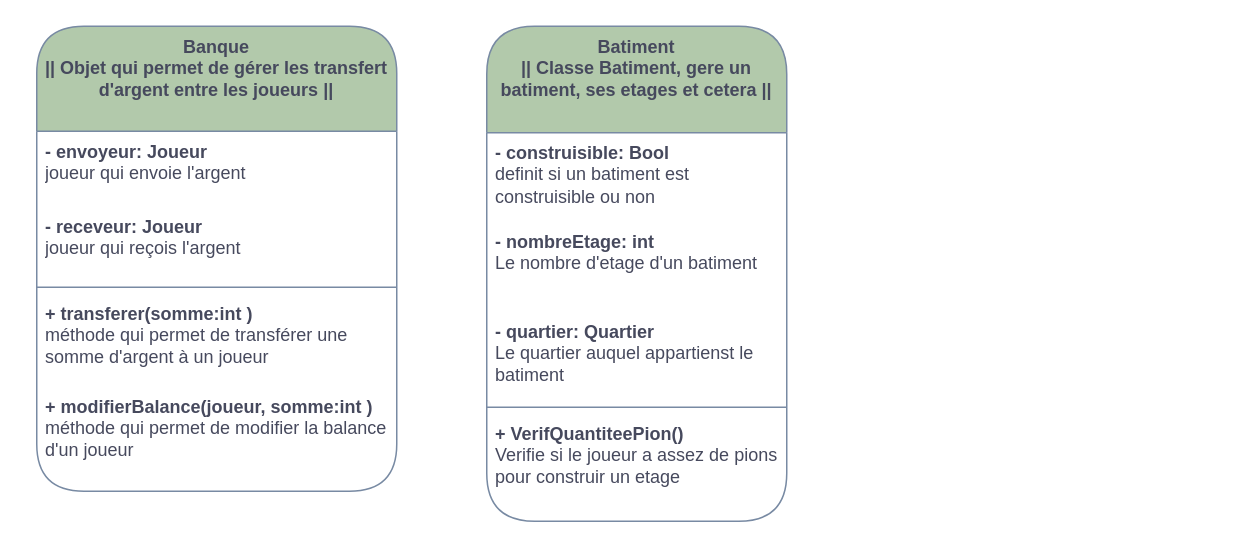
Earlier version of the draw.io diagram page "Classes suposée finie" (4 of 4) of B__Analyse/DiagrameDesClasses.drawio (gazhonsepaskwa/builder). Source tidied: cells renumbered, new cells numbered last; positions are measured from the earlier drawing's top-left corner, leaving out a move shared by most shapes. Both pictures are drawn from the tidied source at 150%, with x=0, y=0 at pixel (36, 26).
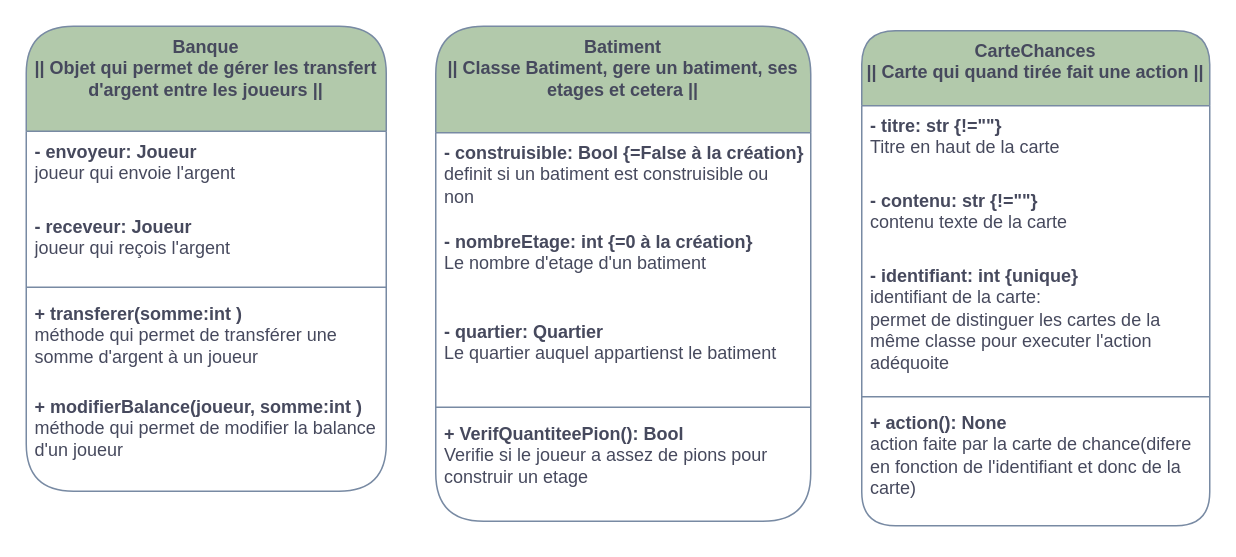
After the change.

Commit message (it also covers changes not shown here):
drawio - carte Chance complété

Diff of the diagram source:
```diff
@@
 <mxGraphModel>
   <root>
     <mxCell id="0" />
     <mxCell id="1" parent="0" />
     <mxCell id="2" value="Banque&lt;br&gt;&lt;div&gt;|| Objet qui permet de gérer les transfert d'argent entre les joueurs ||&lt;/div&gt;&lt;div&gt;&lt;br&gt;&lt;/div&gt;" style="swimlane;fontStyle=1;align=center;verticalAlign=top;horizontal=1;startSize=70;whiteSpace=wrap;html=1;labelBackgroundColor=none;fillColor=#B2C9AB;strokeColor=#788AA3;fontColor=#46495D;rounded=1;" parent="1" vertex="1">
-      <mxGeometry width="240" height="310" as="geometry" />
+      <mxGeometry x="-7" width="240" height="310" as="geometry" />
     </mxCell>
     <mxCell id="3" value="&lt;b&gt;- envoyeur: Joueur&lt;/b&gt;&lt;br&gt;joueur qui envoie l'argent" style="text;strokeColor=none;fillColor=none;align=left;verticalAlign=top;spacingLeft=4;spacingRight=4;overflow=hidden;whiteSpace=wrap;html=1;labelBackgroundColor=none;fontColor=#46495D;rounded=1;" parent="2" vertex="1">
       <mxGeometry y="70" width="240" height="50" as="geometry" />
     </mxCell>
     <mxCell id="4" value="&lt;b&gt;- receveur: Joueur&lt;/b&gt;&lt;br&gt;joueur qui reçois l'argent&amp;nbsp;" style="text;strokeColor=none;fillColor=none;align=left;verticalAlign=top;spacingLeft=4;spacingRight=4;overflow=hidden;whiteSpace=wrap;html=1;labelBackgroundColor=none;fontColor=#46495D;rounded=1;" parent="2" vertex="1">
       <mxGeometry y="120" width="240" height="50" as="geometry" />
     </mxCell>
     <mxCell id="5" style="line;strokeWidth=1;fillColor=none;align=left;verticalAlign=middle;spacingTop=-1;spacingLeft=3;spacingRight=3;labelPosition=right;strokeColor=#788AA3;labelBackgroundColor=none;fontColor=#46495D;rounded=1;" parent="2" vertex="1">
       <mxGeometry y="170" width="240" height="8" as="geometry" />
     </mxCell>
     <mxCell id="6" value="&lt;b&gt;+ transferer(somme:int )&lt;/b&gt;&lt;br&gt;méthode qui permet de transférer une somme d'argent à un joueur" style="text;strokeColor=none;fillColor=none;align=left;verticalAlign=top;spacingLeft=4;spacingRight=4;overflow=hidden;whiteSpace=wrap;html=1;labelBackgroundColor=none;fontColor=#46495D;rounded=1;" parent="2" vertex="1">
       <mxGeometry y="178" width="240" height="62" as="geometry" />
     </mxCell>
     <mxCell id="7" value="&lt;b&gt;+ modifierBalance(joueur, somme:int )&lt;/b&gt;&lt;br&gt;méthode qui permet de modifier la balance d'un joueur" style="text;strokeColor=none;fillColor=none;align=left;verticalAlign=top;spacingLeft=4;spacingRight=4;overflow=hidden;whiteSpace=wrap;html=1;labelBackgroundColor=none;fontColor=#46495D;rounded=1;" parent="2" vertex="1">
       <mxGeometry y="240" width="240" height="70" as="geometry" />
     </mxCell>
     <mxCell id="8" value="Batiment&lt;br&gt;|| Classe Batiment, gere un batiment, ses etages et cetera ||" style="swimlane;fontStyle=1;align=center;verticalAlign=top;horizontal=1;startSize=71;whiteSpace=wrap;html=1;labelBackgroundColor=none;fillColor=#B2C9AB;strokeColor=#788AA3;fontColor=#46495D;rounded=1;" parent="1" vertex="1">
-      <mxGeometry x="300" width="200" height="330" as="geometry" />
+      <mxGeometry x="266" width="250" height="330" as="geometry" />
     </mxCell>
-    <mxCell id="9" value="&lt;b&gt;- construisible: Bool&lt;/b&gt;&lt;br&gt;definit si un batiment est construisible ou non&amp;nbsp;" style="text;strokeColor=none;fillColor=none;align=left;verticalAlign=top;spacingLeft=4;spacingRight=4;overflow=hidden;whiteSpace=wrap;html=1;labelBackgroundColor=none;fontColor=#46495D;rounded=1;" parent="8" vertex="1">
-      <mxGeometry y="71" width="200" height="59" as="geometry" />
+    <mxCell id="9" value="&lt;b&gt;- construisible: Bool {=False à la création}&lt;/b&gt;&lt;br&gt;definit si un batiment est construisible ou non&amp;nbsp;" style="text;strokeColor=none;fillColor=none;align=left;verticalAlign=top;spacingLeft=4;spacingRight=4;overflow=hidden;whiteSpace=wrap;html=1;labelBackgroundColor=none;fontColor=#46495D;rounded=1;" parent="8" vertex="1">
+      <mxGeometry y="71" width="250" height="59" as="geometry" />
     </mxCell>
-    <mxCell id="10" value="&lt;b&gt;- nombreEtage: int&lt;/b&gt;&lt;br&gt;Le nombre d'etage d'un batiment" style="text;strokeColor=none;fillColor=none;align=left;verticalAlign=top;spacingLeft=4;spacingRight=4;overflow=hidden;whiteSpace=wrap;html=1;labelBackgroundColor=none;fontColor=#46495D;rounded=1;" parent="8" vertex="1">
-      <mxGeometry y="130" width="200" height="60" as="geometry" />
+    <mxCell id="10" value="&lt;b&gt;- nombreEtage: int {=0 à la création}&lt;/b&gt;&lt;br&gt;Le nombre d'etage d'un batiment" style="text;strokeColor=none;fillColor=none;align=left;verticalAlign=top;spacingLeft=4;spacingRight=4;overflow=hidden;whiteSpace=wrap;html=1;labelBackgroundColor=none;fontColor=#46495D;rounded=1;" parent="8" vertex="1">
+      <mxGeometry y="130" width="250" height="60" as="geometry" />
     </mxCell>
     <mxCell id="11" value="&lt;b&gt;- quartier: Quartier&lt;/b&gt;&lt;br&gt;Le quartier auquel appartienst le batiment&amp;nbsp;" style="text;strokeColor=none;fillColor=none;align=left;verticalAlign=top;spacingLeft=4;spacingRight=4;overflow=hidden;whiteSpace=wrap;html=1;labelBackgroundColor=none;fontColor=#46495D;rounded=1;" parent="8" vertex="1">
-      <mxGeometry y="190" width="200" height="60" as="geometry" />
+      <mxGeometry y="190" width="250" height="60" as="geometry" />
     </mxCell>
     <mxCell id="12" style="line;strokeWidth=1;fillColor=none;align=left;verticalAlign=middle;spacingTop=-1;spacingLeft=3;spacingRight=3;labelPosition=right;strokeColor=#788AA3;labelBackgroundColor=none;fontColor=#46495D;rounded=1;" parent="8" vertex="1">
-      <mxGeometry y="250" width="200" height="8" as="geometry" />
+      <mxGeometry y="250" width="250" height="8" as="geometry" />
     </mxCell>
-    <mxCell id="13" value="&lt;b&gt;+&amp;nbsp;VerifQuantiteePion()&lt;br&gt;&lt;/b&gt;Verifie si le joueur a assez de pions pour construir un etage" style="text;strokeColor=none;fillColor=none;align=left;verticalAlign=top;spacingLeft=4;spacingRight=4;overflow=hidden;whiteSpace=wrap;html=1;labelBackgroundColor=none;fontColor=#46495D;rounded=1;" parent="8" vertex="1">
-      <mxGeometry y="258" width="200" height="72" as="geometry" />
+    <mxCell id="13" value="&lt;b&gt;+&amp;nbsp;VerifQuantiteePion(): Bool&lt;br&gt;&lt;/b&gt;Verifie si le joueur a assez de pions pour construir un etage" style="text;strokeColor=none;fillColor=none;align=left;verticalAlign=top;spacingLeft=4;spacingRight=4;overflow=hidden;whiteSpace=wrap;html=1;labelBackgroundColor=none;fontColor=#46495D;rounded=1;" parent="8" vertex="1">
+      <mxGeometry y="258" width="250" height="72" as="geometry" />
     </mxCell>
+    <mxCell id="14" value="CarteChances&lt;br&gt;|| Carte qui quand tirée fait une action ||" style="swimlane;fontStyle=1;align=center;verticalAlign=top;horizontal=1;startSize=50;whiteSpace=wrap;html=1;labelBackgroundColor=none;fillColor=#B2C9AB;strokeColor=#788AA3;fontColor=#46495D;rounded=1;" parent="1" vertex="1">
+      <mxGeometry x="550" y="3" width="232" height="330" as="geometry" />
+    </mxCell>
+    <mxCell id="15" value="&lt;b&gt;- titre: str {!=&quot;&quot;}&lt;/b&gt;&lt;br&gt;Titre en haut de la carte" style="text;strokeColor=none;fillColor=none;align=left;verticalAlign=top;spacingLeft=4;spacingRight=4;overflow=hidden;whiteSpace=wrap;html=1;labelBackgroundColor=none;fontColor=#46495D;rounded=1;" parent="14" vertex="1">
+      <mxGeometry y="50" width="232" height="50" as="geometry" />
+    </mxCell>
+    <mxCell id="16" value="&lt;b&gt;- contenu: str {!=&quot;&quot;}&lt;/b&gt;&lt;br&gt;contenu texte de la carte" style="text;strokeColor=none;fillColor=none;align=left;verticalAlign=top;spacingLeft=4;spacingRight=4;overflow=hidden;whiteSpace=wrap;html=1;labelBackgroundColor=none;fontColor=#46495D;rounded=1;" parent="14" vertex="1">
+      <mxGeometry y="100" width="232" height="50" as="geometry" />
+    </mxCell>
+    <mxCell id="17" value="&lt;span&gt;- identifiant: int {unique}&lt;br&gt;&lt;div&gt;&lt;span style=&quot;font-weight: normal;&quot;&gt;identifiant de la carte:&amp;nbsp;&lt;/span&gt;&lt;/div&gt;&lt;div&gt;&lt;span style=&quot;font-weight: normal; background-color: initial;&quot;&gt;permet de distinguer les cartes de la même classe pour executer l'action adéquoite&lt;/span&gt;&lt;/div&gt;&lt;/span&gt;" style="text;strokeColor=none;fillColor=none;align=left;verticalAlign=top;spacingLeft=4;spacingRight=4;overflow=hidden;whiteSpace=wrap;html=1;labelBackgroundColor=none;fontColor=#46495D;rounded=1;fontStyle=1;" parent="14" vertex="1">
+      <mxGeometry y="150" width="232" height="90" as="geometry" />
+    </mxCell>
+    <mxCell id="18" style="line;strokeWidth=1;fillColor=none;align=left;verticalAlign=middle;spacingTop=-1;spacingLeft=3;spacingRight=3;labelPosition=right;strokeColor=#788AA3;labelBackgroundColor=none;fontColor=#46495D;rounded=1;" parent="14" vertex="1">
+      <mxGeometry y="240" width="232" height="8" as="geometry" />
+    </mxCell>
+    <mxCell id="19" value="&lt;b&gt;+ action(): None&lt;/b&gt;&lt;br&gt;action faite par la carte de chance(difere en fonction de l'identifiant et donc de la carte)" style="text;strokeColor=none;fillColor=none;align=left;verticalAlign=top;spacingLeft=4;spacingRight=4;overflow=hidden;whiteSpace=wrap;html=1;labelBackgroundColor=none;fontColor=#46495D;rounded=1;" parent="14" vertex="1">
+      <mxGeometry y="248" width="232" height="82" as="geometry" />
+    </mxCell>
   </root>
 </mxGraphModel>
```
